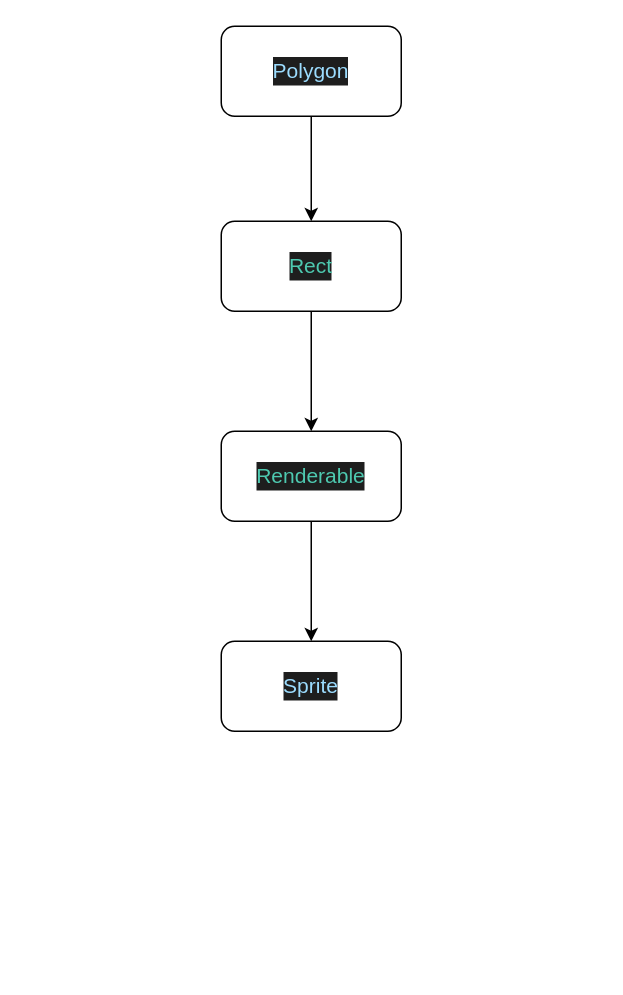
roleLH/idea keeps this draw.io diagram as src/engine.dio. Above is the earlier version. Source tidied: cells renumbered, new cells numbered last; positions are measured from the earlier drawing's top-left corner, leaving out a move shared by most shapes. Both pictures are drawn from the tidied source at 150%, with x=0, y=0 at pixel (220, 26).
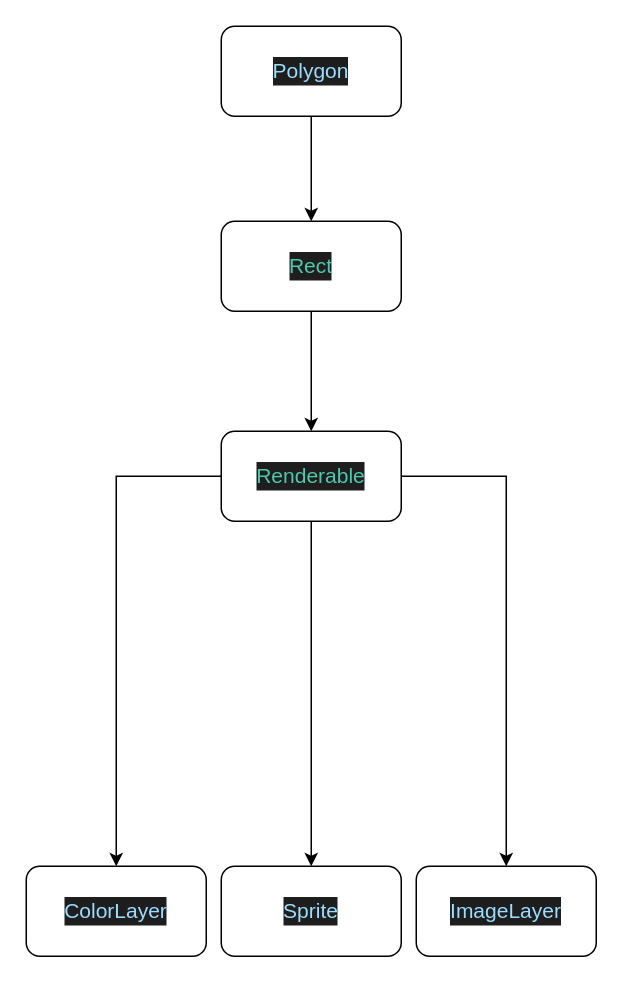
Above is the later version.

Change to the diagram source:
```diff
@@
 <mxGraphModel>
   <root>
     <mxCell id="0" />
     <mxCell id="1" parent="0" />
     <mxCell id="2" style="edgeStyle=orthogonalEdgeStyle;rounded=0;jettySize=auto;html=1;" parent="1" edge="1" source="3" target="5">
       <mxGeometry relative="1" as="geometry" />
     </mxCell>
     <mxCell id="3" value="&lt;div style=&quot;color: rgb(212 , 212 , 212) ; background-color: rgb(30 , 30 , 30) ; font-size: 14px ; line-height: 19px&quot;&gt;&lt;span style=&quot;color: #9cdcfe&quot;&gt;Polygon&lt;/span&gt;&lt;/div&gt;" style="rounded=1;whiteSpace=wrap;html=1;" parent="1" vertex="1">
       <mxGeometry width="120" height="60" as="geometry" />
     </mxCell>
     <mxCell id="4" style="edgeStyle=orthogonalEdgeStyle;rounded=0;jettySize=auto;html=1;" parent="1" edge="1" source="5" target="7">
       <mxGeometry relative="1" as="geometry" />
     </mxCell>
     <mxCell id="5" value="&lt;div style=&quot;color: rgb(212 , 212 , 212) ; background-color: rgb(30 , 30 , 30) ; font-size: 14px ; line-height: 19px&quot;&gt;&lt;span style=&quot;color: #4ec9b0&quot;&gt;Rect&lt;/span&gt;&lt;/div&gt;" style="whiteSpace=wrap;html=1;rounded=1;" parent="1" vertex="1">
       <mxGeometry y="130" width="120" height="60" as="geometry" />
     </mxCell>
     <mxCell id="6" style="edgeStyle=orthogonalEdgeStyle;rounded=0;jettySize=auto;html=1;" parent="1" edge="1" source="7" target="8">
       <mxGeometry relative="1" as="geometry" />
     </mxCell>
+    <mxCell id="9" style="edgeStyle=orthogonalEdgeStyle;rounded=0;jettySize=auto;html=1;" parent="1" edge="1" source="7" target="11">
+      <mxGeometry relative="1" as="geometry" />
+    </mxCell>
+    <mxCell id="10" style="edgeStyle=orthogonalEdgeStyle;rounded=0;jettySize=auto;html=1;" parent="1" edge="1" source="7" target="12">
+      <mxGeometry relative="1" as="geometry" />
+    </mxCell>
     <mxCell id="7" value="&#10;&#10;&lt;div style=&quot;color: rgb(212, 212, 212); background-color: rgb(30, 30, 30); font-weight: normal; font-size: 14px; line-height: 19px;&quot;&gt;&lt;div&gt;&lt;span style=&quot;color: #4ec9b0&quot;&gt;Renderable&lt;/span&gt;&lt;/div&gt;&lt;/div&gt;&#10;&#10;" style="whiteSpace=wrap;html=1;rounded=1;" parent="1" vertex="1">
       <mxGeometry y="270" width="120" height="60" as="geometry" />
     </mxCell>
     <mxCell id="8" value="&#10;&#10;&lt;div style=&quot;color: rgb(212, 212, 212); background-color: rgb(30, 30, 30); font-weight: normal; font-size: 14px; line-height: 19px;&quot;&gt;&lt;div&gt;&lt;span style=&quot;color: #9cdcfe&quot;&gt;Sprite&lt;/span&gt;&lt;/div&gt;&lt;/div&gt;&#10;&#10;" style="whiteSpace=wrap;html=1;rounded=1;" parent="1" vertex="1">
-      <mxGeometry y="410" width="120" height="60" as="geometry" />
+      <mxGeometry y="560" width="120" height="60" as="geometry" />
     </mxCell>
+    <mxCell id="11" value="&lt;div style=&quot;color: rgb(212 , 212 , 212) ; background-color: rgb(30 , 30 , 30) ; font-size: 14px ; line-height: 19px&quot;&gt;&lt;span style=&quot;color: #9cdcfe&quot;&gt;ImageLayer&lt;/span&gt;&lt;/div&gt;" style="whiteSpace=wrap;html=1;rounded=1;" parent="1" vertex="1">
+      <mxGeometry x="130" y="560" width="120" height="60" as="geometry" />
+    </mxCell>
+    <mxCell id="12" value="&lt;div style=&quot;color: rgb(212 , 212 , 212) ; background-color: rgb(30 , 30 , 30) ; font-size: 14px ; line-height: 19px&quot;&gt;&lt;span style=&quot;color: #9cdcfe&quot;&gt;ColorLayer&lt;/span&gt;&lt;/div&gt;" style="whiteSpace=wrap;html=1;rounded=1;" parent="1" vertex="1">
+      <mxGeometry x="-130" y="560" width="120" height="60" as="geometry" />
+    </mxCell>
   </root>
 </mxGraphModel>
```
